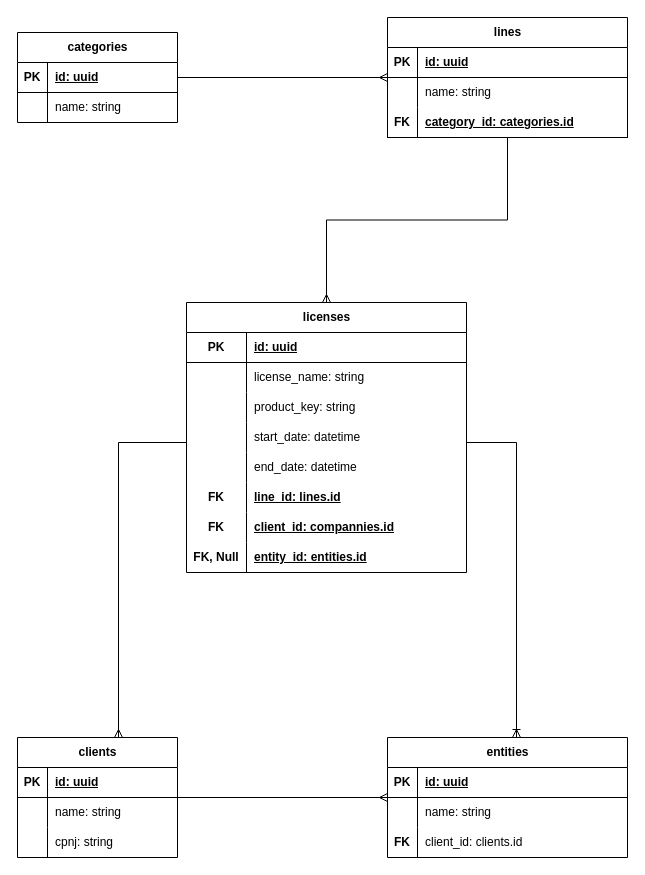
Earlier version of the draw.io diagram backend/database/diagram.drawio (gabrielng-rj99/CHOP). Source tidied: cells renumbered, new cells numbered last; positions are measured from the earlier drawing's top-left corner, leaving out a move shared by most shapes. Both pictures are drawn from the tidied source at 100%, with x=0, y=0 at pixel (17, 17).
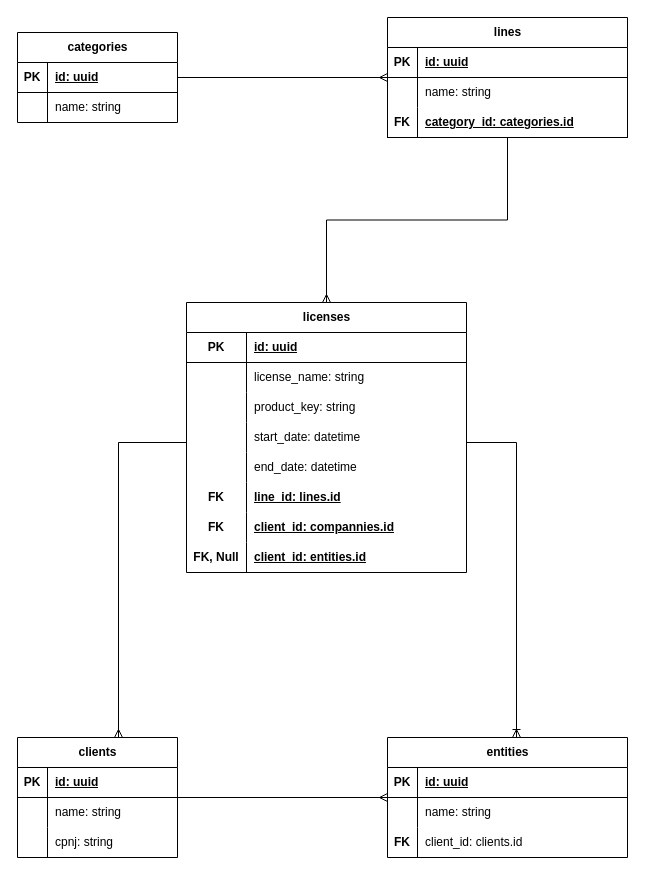
The same diagram, later.

Unchanged cells that the change refers to:
```xml
<mxCell id="43" style="shape=tableRow;horizontal=0;startSize=0;swimlaneHead=0;swimlaneBody=0;fillColor=none;top=0;left=0;right=0;bottom=0;" parent="21" vertex="1">
  <mxGeometry y="240" width="280" height="30" as="geometry" />
</mxCell>
```

What changed in the source:
```diff
@@
-    <mxCell id="45" value="&lt;b&gt;&lt;u&gt;entity_id: entities.id&lt;/u&gt;&lt;/b&gt;" style="shape=partialRectangle;fillColor=none;top=0;left=0;bottom=0;right=0;align=left;spacingLeft=6;overflow=hidden;whiteSpace=wrap;html=1;" parent="43" vertex="1">
+    <mxCell id="45" value="&lt;b&gt;&lt;u&gt;client_id: entities.id&lt;/u&gt;&lt;/b&gt;" style="shape=partialRectangle;fillColor=none;top=0;left=0;bottom=0;right=0;align=left;spacingLeft=6;overflow=hidden;whiteSpace=wrap;html=1;" parent="43" vertex="1">
       <mxGeometry x="60" width="220" height="30" as="geometry" />
     </mxCell>
```
